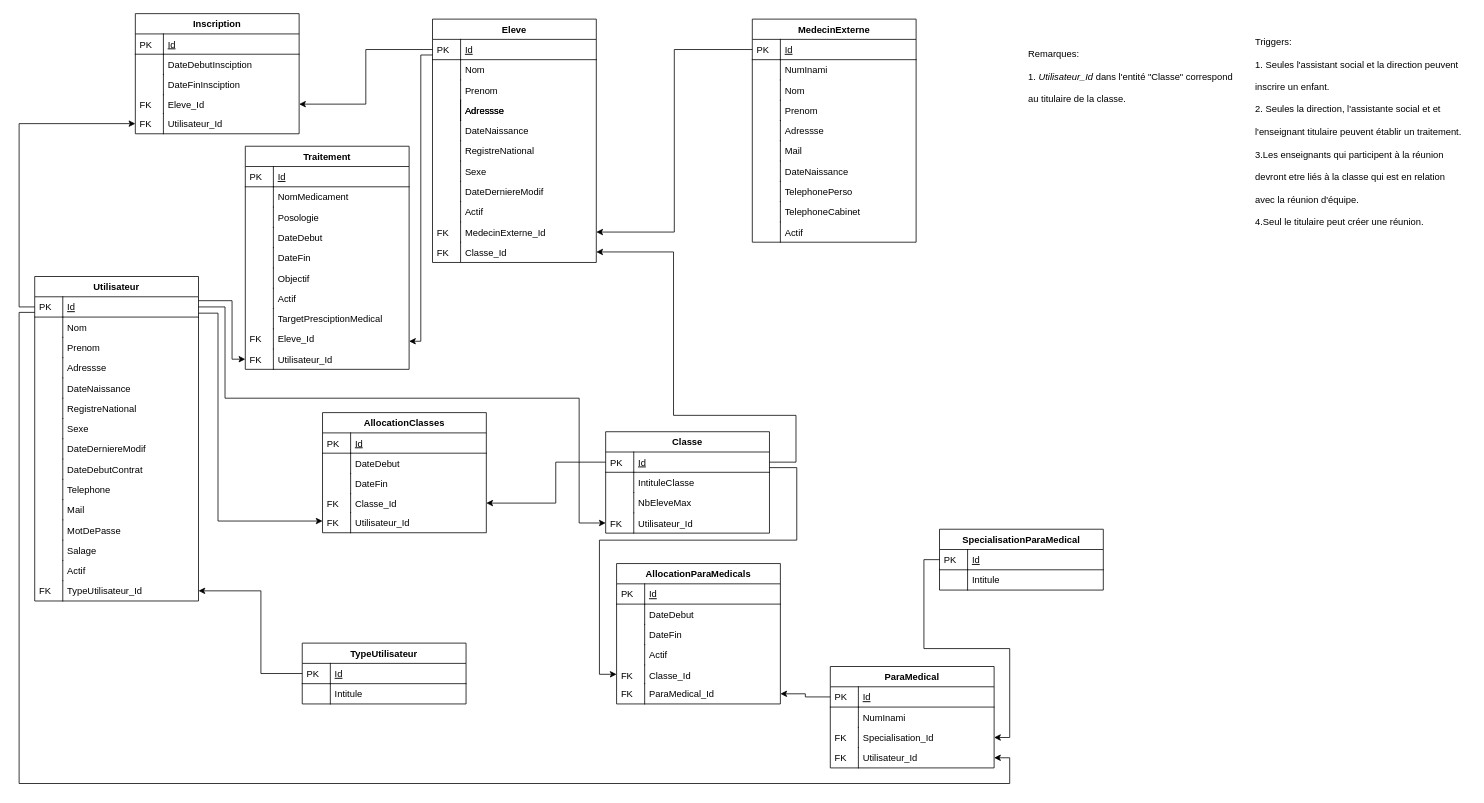
JeromeDelvaux/ChanterelleProject keeps this draw.io diagram as Complements/Analyse/Schémas Relationnel/SchRel_26052021.drawio. Above is the earlier version. Source tidied: cells renumbered, new cells numbered last; positions are measured from the earlier drawing's top-left corner, leaving out a move shared by most shapes. Both pictures are drawn from the tidied source at 78%, with x=0, y=0 at pixel (19, 13).
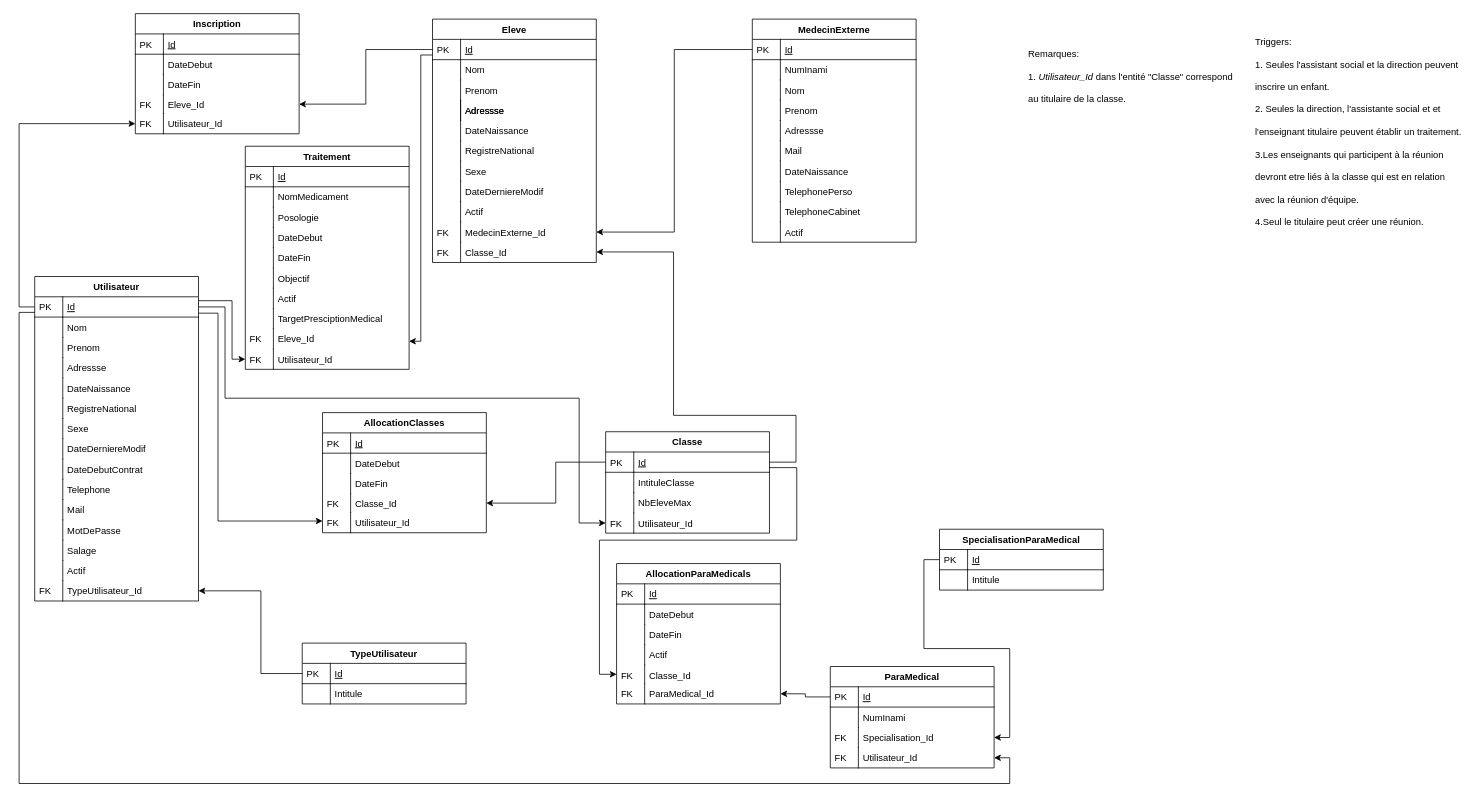
After the change.

Unchanged cells that the change refers to:
```xml
<mxCell id="101" value="Inscription" style="swimlane;fontStyle=1;horizontal=1;startSize=26;rounded=0;shadow=0;strokeWidth=1;" parent="1" vertex="1">
  <mxGeometry x="149" width="210" height="154" as="geometry" />
</mxCell>
```

Change to the diagram source:
```diff
@@
-    <mxCell id="104" value="DateDebutInsciption" style="shape=partialRectangle;top=0;left=0;right=0;bottom=0;align=left;verticalAlign=top;fillColor=none;spacingLeft=40;spacingRight=4;overflow=hidden;rounded=0;shadow=0;strokeWidth=1;" parent="101" vertex="1">
+    <mxCell id="104" value="DateDebut" style="shape=partialRectangle;top=0;left=0;right=0;bottom=0;align=left;verticalAlign=top;fillColor=none;spacingLeft=40;spacingRight=4;overflow=hidden;rounded=0;shadow=0;strokeWidth=1;" parent="101" vertex="1">
       <mxGeometry y="52" width="210" height="26" as="geometry" />
     </mxCell>
@@
-    <mxCell id="106" value="DateFinInsciption" style="shape=partialRectangle;top=0;left=0;right=0;bottom=0;align=left;verticalAlign=top;fillColor=none;spacingLeft=40;spacingRight=4;overflow=hidden;rounded=0;shadow=0;strokeWidth=1;" parent="101" vertex="1">
+    <mxCell id="106" value="DateFin" style="shape=partialRectangle;top=0;left=0;right=0;bottom=0;align=left;verticalAlign=top;fillColor=none;spacingLeft=40;spacingRight=4;overflow=hidden;rounded=0;shadow=0;strokeWidth=1;" parent="101" vertex="1">
       <mxGeometry y="78" width="210" height="26" as="geometry" />
     </mxCell>
```
